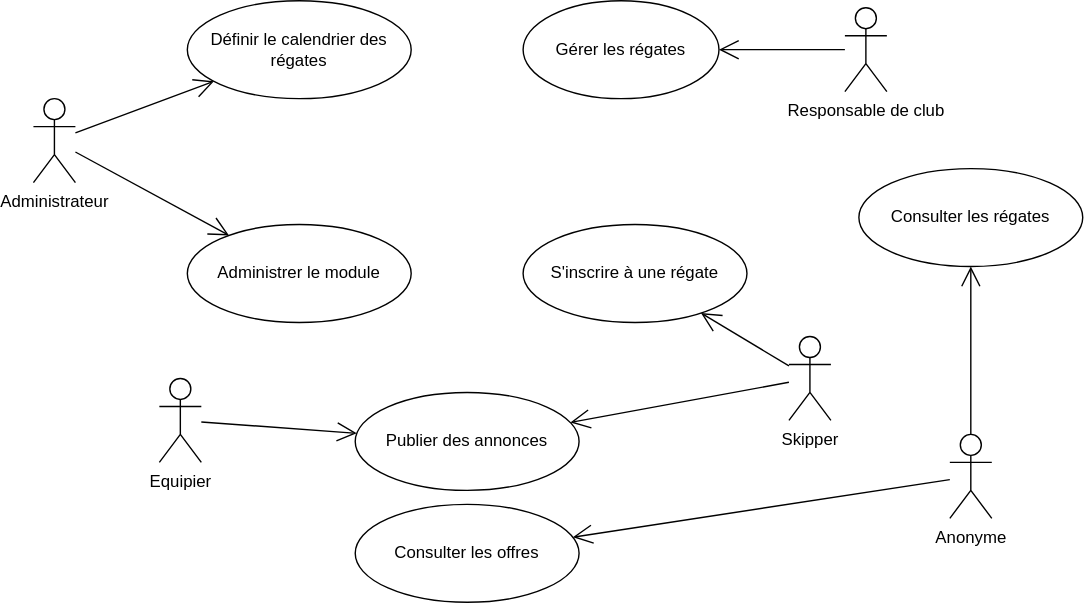
The draw.io diagram doc/requirements/use-cases.drawio.svg in Manon00/web-races-module, before a commit. Source tidied: cells renumbered, new cells last; positions are measured from the earlier drawing's top-left corner, leaving out a move shared by most shapes.
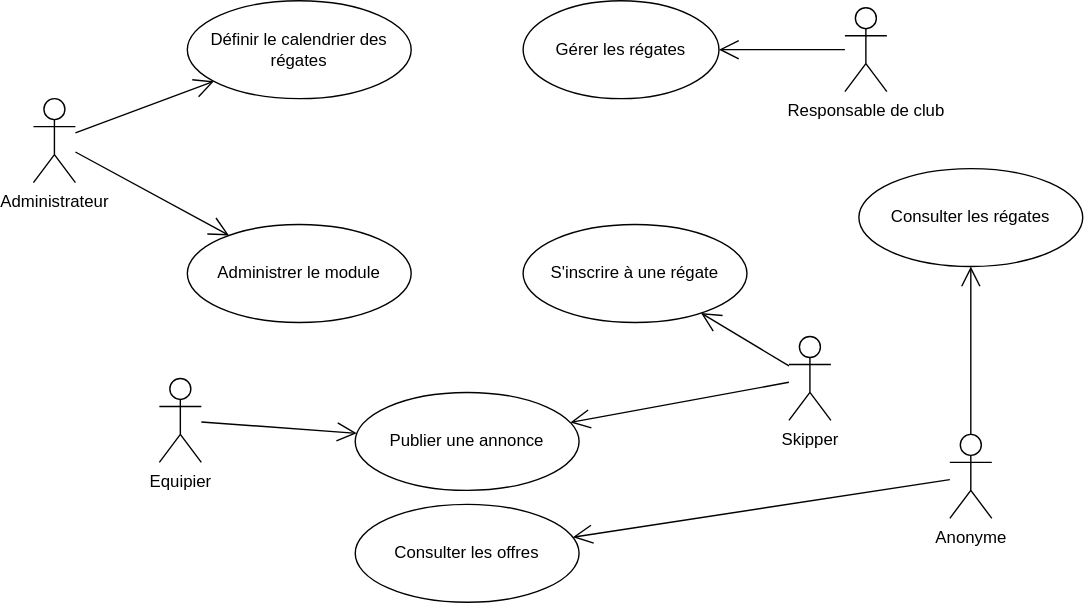
After the commit.

Change to the diagram source:
```diff
@@ -35,7 +35,7 @@
     <mxCell id="12" style="endArrow=open;endFill=1;endSize=12;html=1;rounded=0;" parent="1" edge="1" source="11" target="8">
       <mxGeometry relative="1" as="geometry" />
     </mxCell>
-    <mxCell id="13" value="Publier des annonces" style="ellipse;whiteSpace=wrap;html=1;" parent="1" vertex="1">
+    <mxCell id="13" value="Publier une annonce" style="ellipse;whiteSpace=wrap;html=1;" parent="1" vertex="1">
       <mxGeometry x="230" y="280" width="160" height="70" as="geometry" />
     </mxCell>
     <mxCell id="14" style="endArrow=open;endFill=1;endSize=12;html=1;rounded=0;" parent="1" edge="1" source="11" target="13">
```
